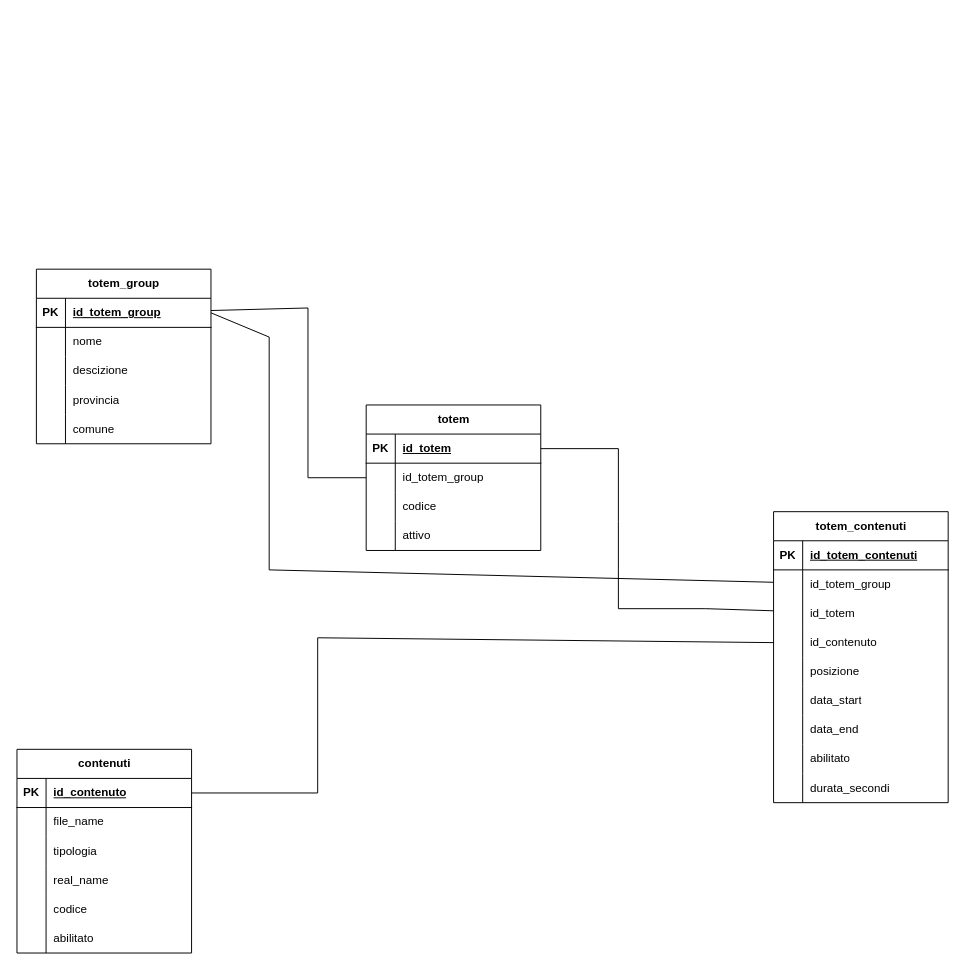
The draw.io diagram page "DataBase" (4 of 5) of Varie/infocitta/infocitta.drawio in ermaster27/documentazioni, before the edit. Source tidied: cells renumbered, new cells numbered last; positions are measured from the earlier drawing's top-left corner, leaving out a move shared by most shapes. Both pictures are drawn from the tidied source at 97%, with x=0, y=0 at pixel (16, 269).
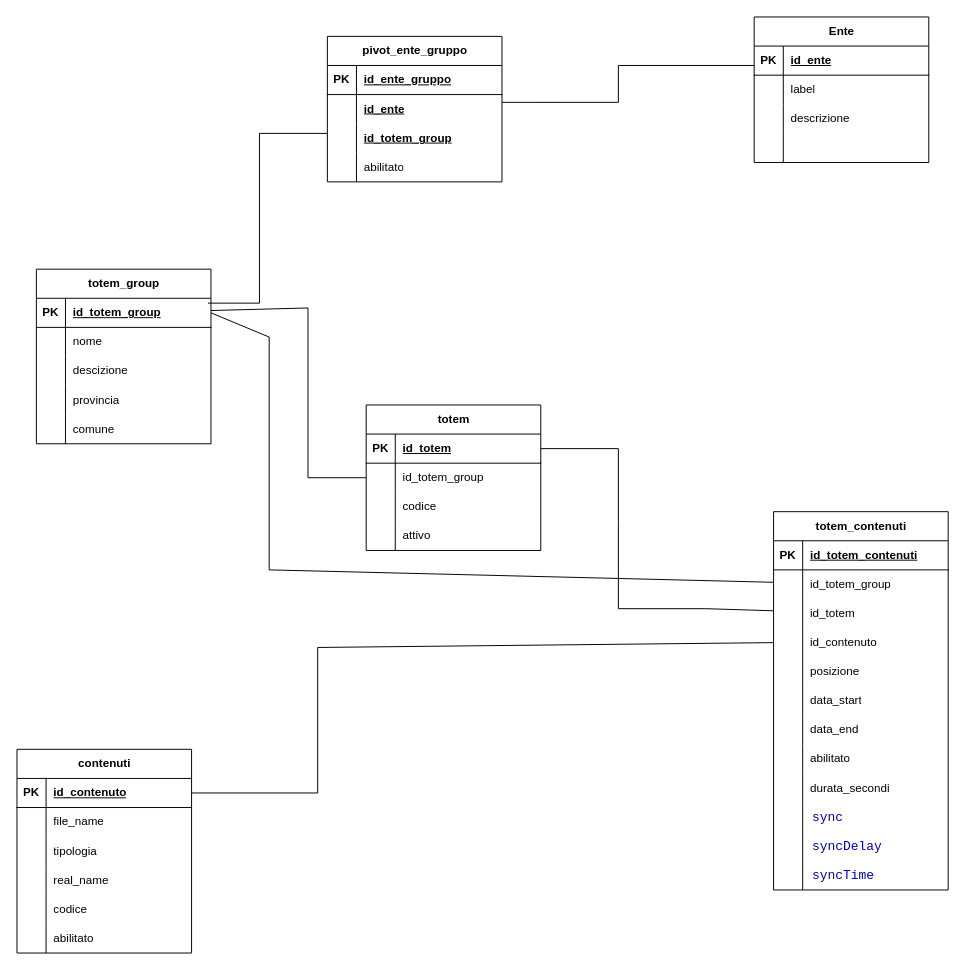
Above is the later version.

The change refers to these unchanged cells:
```xml
<mxCell id="3" style="shape=tableRow;horizontal=0;startSize=0;swimlaneHead=0;swimlaneBody=0;fillColor=none;points=[[0,0.5],[1,0.5]];portConstraint=eastwest;top=0;left=0;right=0;bottom=1;" parent="2" vertex="1">
  <mxGeometry y="30" width="180" height="30" as="geometry" />
</mxCell>
<mxCell id="33" style="shape=tableRow;horizontal=0;startSize=0;swimlaneHead=0;swimlaneBody=0;fillColor=none;points=[[0,0.5],[1,0.5]];portConstraint=eastwest;top=0;left=0;right=0;bottom=1;" parent="32" vertex="1">
  <mxGeometry y="30" width="180" height="30" as="geometry" />
</mxCell>
<mxCell id="61" style="shape=tableRow;horizontal=0;startSize=0;swimlaneHead=0;swimlaneBody=0;fillColor=none;points=[[0,0.5],[1,0.5]];portConstraint=eastwest;top=0;left=0;right=0;bottom=0;" parent="51" vertex="1">
  <mxGeometry y="120" width="180" height="30" as="geometry" />
</mxCell>
```

What changed in the source:
```diff
@@
     <mxCell id="51" value="totem_contenuti" style="shape=table;startSize=30;childLayout=tableLayout;rowLines=0;fontStyle=1;align=center;html=1;" parent="1" vertex="1">
-      <mxGeometry x="780" y="250" width="180" height="300" as="geometry" />
+      <mxGeometry x="780" y="250" width="180" height="390" as="geometry" />
     </mxCell>
@@
+    <mxCell id="82" style="shape=tableRow;horizontal=0;startSize=0;swimlaneHead=0;swimlaneBody=0;fillColor=none;top=0;left=0;right=0;bottom=0;" parent="51" vertex="1">
+      <mxGeometry y="300" width="180" height="30" as="geometry" />
+    </mxCell>
+    <mxCell id="83" style="shape=partialRectangle;fillColor=none;top=0;left=0;bottom=0;right=0;overflow=hidden;whiteSpace=wrap;html=1;" parent="82" vertex="1">
+      <mxGeometry width="30" height="30" as="geometry" />
+    </mxCell>
+    <mxCell id="84" value="&lt;span style=&quot;background-color:#ffffff;padding:0px 0px 0px 2px;&quot;&gt;&lt;span style=&quot;font-family: Consolas; font-size: 10pt; white-space: pre;&quot;&gt;&lt;span style=&quot;color:#0000c0;&quot;&gt;sync&lt;/span&gt;&lt;/span&gt;&lt;/span&gt;" style="shape=partialRectangle;fillColor=none;top=0;left=0;bottom=0;right=0;align=left;spacingLeft=6;overflow=hidden;whiteSpace=wrap;html=1;" parent="82" vertex="1">
+      <mxGeometry x="30" width="150" height="30" as="geometry" />
+    </mxCell>
+    <mxCell id="85" style="shape=tableRow;horizontal=0;startSize=0;swimlaneHead=0;swimlaneBody=0;fillColor=none;top=0;left=0;right=0;bottom=0;" parent="51" vertex="1">
+      <mxGeometry y="330" width="180" height="30" as="geometry" />
+    </mxCell>
+    <mxCell id="86" style="shape=partialRectangle;fillColor=none;top=0;left=0;bottom=0;right=0;overflow=hidden;whiteSpace=wrap;html=1;" parent="85" vertex="1">
+      <mxGeometry width="30" height="30" as="geometry" />
+    </mxCell>
+    <mxCell id="87" value="&lt;span style=&quot;background-color:#ffffff;padding:0px 0px 0px 2px;&quot;&gt;&lt;span style=&quot;font-family: Consolas; font-size: 10pt; white-space: pre;&quot;&gt;&lt;span style=&quot;color:#0000c0;&quot;&gt;syncDelay&lt;/span&gt;&lt;/span&gt;&lt;/span&gt;" style="shape=partialRectangle;fillColor=none;top=0;left=0;bottom=0;right=0;align=left;spacingLeft=6;overflow=hidden;whiteSpace=wrap;html=1;" parent="85" vertex="1">
+      <mxGeometry x="30" width="150" height="30" as="geometry" />
+    </mxCell>
+    <mxCell id="88" style="shape=tableRow;horizontal=0;startSize=0;swimlaneHead=0;swimlaneBody=0;fillColor=none;top=0;left=0;right=0;bottom=0;" parent="51" vertex="1">
+      <mxGeometry y="360" width="180" height="30" as="geometry" />
+    </mxCell>
+    <mxCell id="89" style="shape=partialRectangle;fillColor=none;top=0;left=0;bottom=0;right=0;overflow=hidden;whiteSpace=wrap;html=1;" parent="88" vertex="1">
+      <mxGeometry width="30" height="30" as="geometry" />
+    </mxCell>
+    <mxCell id="90" value="&lt;span style=&quot;background-color:#ffffff;padding:0px 0px 0px 2px;&quot;&gt;&lt;span style=&quot;font-family: Consolas; font-size: 10pt; white-space: pre;&quot;&gt;&lt;span style=&quot;color:#0000c0;&quot;&gt;syncTime&lt;/span&gt;&lt;/span&gt;&lt;/span&gt;" style="shape=partialRectangle;fillColor=none;top=0;left=0;bottom=0;right=0;align=left;spacingLeft=6;overflow=hidden;whiteSpace=wrap;html=1;" parent="88" vertex="1">
+      <mxGeometry x="30" width="150" height="30" as="geometry" />
+    </mxCell>
@@
     <mxCell id="80" style="endArrow=none;html=1;rounded=0;exitX=1;exitY=0.5;exitDx=0;exitDy=0;entryX=0;entryY=0.5;entryDx=0;entryDy=0;" parent="1" edge="1" source="33" target="61">
       <mxGeometry relative="1" as="geometry">
         <Array as="points">
           <mxPoint x="310" y="540" />
-          <mxPoint x="310" y="380" />
+          <mxPoint x="310" y="390" />
         </Array>
       </mxGeometry>
     </mxCell>
@@
+    <mxCell id="91" value="Ente" style="shape=table;startSize=30;childLayout=tableLayout;rowLines=0;fontStyle=1;align=center;html=1;" parent="1" vertex="1">
+      <mxGeometry x="760" y="-260" width="180" height="150" as="geometry" />
+    </mxCell>
+    <mxCell id="92" style="shape=tableRow;horizontal=0;startSize=0;swimlaneHead=0;swimlaneBody=0;fillColor=none;top=0;left=0;right=0;bottom=1;" parent="91" vertex="1">
+      <mxGeometry y="30" width="180" height="30" as="geometry" />
+    </mxCell>
+    <mxCell id="93" value="PK" style="shape=partialRectangle;fillColor=none;top=0;left=0;bottom=0;right=0;fontStyle=1;overflow=hidden;whiteSpace=wrap;html=1;" parent="92" vertex="1">
+      <mxGeometry width="30" height="30" as="geometry" />
+    </mxCell>
+    <mxCell id="94" value="id_ente" style="shape=partialRectangle;fillColor=none;top=0;left=0;bottom=0;right=0;align=left;spacingLeft=6;fontStyle=5;overflow=hidden;whiteSpace=wrap;html=1;" parent="92" vertex="1">
+      <mxGeometry x="30" width="150" height="30" as="geometry" />
+    </mxCell>
+    <mxCell id="95" style="shape=tableRow;horizontal=0;startSize=0;swimlaneHead=0;swimlaneBody=0;fillColor=none;top=0;left=0;right=0;bottom=0;" parent="91" vertex="1">
+      <mxGeometry y="60" width="180" height="30" as="geometry" />
+    </mxCell>
+    <mxCell id="96" style="shape=partialRectangle;fillColor=none;top=0;left=0;bottom=0;right=0;overflow=hidden;whiteSpace=wrap;html=1;" parent="95" vertex="1">
+      <mxGeometry width="30" height="30" as="geometry" />
+    </mxCell>
+    <mxCell id="97" value="label" style="shape=partialRectangle;fillColor=none;top=0;left=0;bottom=0;right=0;align=left;spacingLeft=6;overflow=hidden;whiteSpace=wrap;html=1;" parent="95" vertex="1">
+      <mxGeometry x="30" width="150" height="30" as="geometry" />
+    </mxCell>
+    <mxCell id="98" style="shape=tableRow;horizontal=0;startSize=0;swimlaneHead=0;swimlaneBody=0;fillColor=none;top=0;left=0;right=0;bottom=0;" parent="91" vertex="1">
+      <mxGeometry y="90" width="180" height="30" as="geometry" />
+    </mxCell>
+    <mxCell id="99" style="shape=partialRectangle;fillColor=none;top=0;left=0;bottom=0;right=0;overflow=hidden;whiteSpace=wrap;html=1;" parent="98" vertex="1">
+      <mxGeometry width="30" height="30" as="geometry" />
+    </mxCell>
+    <mxCell id="100" value="descrizione" style="shape=partialRectangle;fillColor=none;top=0;left=0;bottom=0;right=0;align=left;spacingLeft=6;overflow=hidden;whiteSpace=wrap;html=1;" parent="98" vertex="1">
+      <mxGeometry x="30" width="150" height="30" as="geometry" />
+    </mxCell>
+    <mxCell id="101" style="shape=tableRow;horizontal=0;startSize=0;swimlaneHead=0;swimlaneBody=0;fillColor=none;top=0;left=0;right=0;bottom=0;" parent="91" vertex="1">
+      <mxGeometry y="120" width="180" height="30" as="geometry" />
+    </mxCell>
+    <mxCell id="102" style="shape=partialRectangle;fillColor=none;top=0;left=0;bottom=0;right=0;overflow=hidden;whiteSpace=wrap;html=1;" parent="101" vertex="1">
+      <mxGeometry width="30" height="30" as="geometry" />
+    </mxCell>
+    <mxCell id="103" style="shape=partialRectangle;fillColor=none;top=0;left=0;bottom=0;right=0;align=left;spacingLeft=6;overflow=hidden;whiteSpace=wrap;html=1;" parent="101" vertex="1">
+      <mxGeometry x="30" width="150" height="30" as="geometry" />
+    </mxCell>
+    <mxCell id="104" value="pivot_ente_gruppo" style="shape=table;startSize=30;childLayout=tableLayout;rowLines=0;fontStyle=1;align=center;html=1;" parent="1" vertex="1">
+      <mxGeometry x="320" y="-240" width="180" height="150" as="geometry" />
+    </mxCell>
+    <mxCell id="105" style="shape=tableRow;horizontal=0;startSize=0;swimlaneHead=0;swimlaneBody=0;fillColor=none;top=0;left=0;right=0;bottom=1;" parent="104" vertex="1">
+      <mxGeometry y="30" width="180" height="30" as="geometry" />
+    </mxCell>
+    <mxCell id="106" value="PK" style="shape=partialRectangle;fillColor=none;top=0;left=0;bottom=0;right=0;fontStyle=1;overflow=hidden;whiteSpace=wrap;html=1;" parent="105" vertex="1">
+      <mxGeometry width="30" height="30" as="geometry" />
+    </mxCell>
+    <mxCell id="107" value="id_ente_gruppo" style="shape=partialRectangle;fillColor=none;top=0;left=0;bottom=0;right=0;align=left;spacingLeft=6;fontStyle=5;overflow=hidden;whiteSpace=wrap;html=1;" parent="105" vertex="1">
+      <mxGeometry x="30" width="150" height="30" as="geometry" />
+    </mxCell>
+    <mxCell id="108" style="shape=tableRow;horizontal=0;startSize=0;swimlaneHead=0;swimlaneBody=0;fillColor=none;points=[[0,0.5],[1,0.5]];portConstraint=eastwest;top=0;left=0;right=0;bottom=0;" parent="104" vertex="1">
+      <mxGeometry y="60" width="180" height="30" as="geometry" />
+    </mxCell>
+    <mxCell id="109" style="shape=partialRectangle;fillColor=none;top=0;left=0;bottom=0;right=0;overflow=hidden;whiteSpace=wrap;html=1;" parent="108" vertex="1">
+      <mxGeometry width="30" height="30" as="geometry" />
+    </mxCell>
+    <mxCell id="110" value="&lt;span style=&quot;font-weight: 700; text-decoration-line: underline;&quot;&gt;id_ente&lt;/span&gt;" style="shape=partialRectangle;fillColor=none;top=0;left=0;bottom=0;right=0;align=left;spacingLeft=6;overflow=hidden;whiteSpace=wrap;html=1;" parent="108" vertex="1">
+      <mxGeometry x="30" width="150" height="30" as="geometry" />
+    </mxCell>
+    <mxCell id="111" style="shape=tableRow;horizontal=0;startSize=0;swimlaneHead=0;swimlaneBody=0;fillColor=none;top=0;left=0;right=0;bottom=0;" parent="104" vertex="1">
+      <mxGeometry y="90" width="180" height="30" as="geometry" />
+    </mxCell>
+    <mxCell id="112" style="shape=partialRectangle;fillColor=none;top=0;left=0;bottom=0;right=0;overflow=hidden;whiteSpace=wrap;html=1;" parent="111" vertex="1">
+      <mxGeometry width="30" height="30" as="geometry" />
+    </mxCell>
+    <mxCell id="113" value="&lt;span style=&quot;font-weight: 700; text-decoration-line: underline;&quot;&gt;id_totem_group&lt;/span&gt;" style="shape=partialRectangle;fillColor=none;top=0;left=0;bottom=0;right=0;align=left;spacingLeft=6;overflow=hidden;whiteSpace=wrap;html=1;" parent="111" vertex="1">
+      <mxGeometry x="30" width="150" height="30" as="geometry" />
+    </mxCell>
+    <mxCell id="114" style="shape=tableRow;horizontal=0;startSize=0;swimlaneHead=0;swimlaneBody=0;fillColor=none;top=0;left=0;right=0;bottom=0;" parent="104" vertex="1">
+      <mxGeometry y="120" width="180" height="30" as="geometry" />
+    </mxCell>
+    <mxCell id="115" style="shape=partialRectangle;fillColor=none;top=0;left=0;bottom=0;right=0;overflow=hidden;whiteSpace=wrap;html=1;" parent="114" vertex="1">
+      <mxGeometry width="30" height="30" as="geometry" />
+    </mxCell>
+    <mxCell id="116" value="abilitato" style="shape=partialRectangle;fillColor=none;top=0;left=0;bottom=0;right=0;align=left;spacingLeft=6;overflow=hidden;whiteSpace=wrap;html=1;" parent="114" vertex="1">
+      <mxGeometry x="30" width="150" height="30" as="geometry" />
+    </mxCell>
+    <mxCell id="117" style="endArrow=none;html=1;rounded=0;exitX=1;exitY=0.267;exitDx=0;exitDy=0;exitPerimeter=0;" parent="1" edge="1" source="108">
+      <mxGeometry relative="1" as="geometry">
+        <mxPoint x="760" y="-210" as="targetPoint" />
+        <Array as="points">
+          <mxPoint x="620" y="-172" />
+          <mxPoint x="620" y="-210" />
+        </Array>
+      </mxGeometry>
+    </mxCell>
+    <mxCell id="118" style="endArrow=none;html=1;rounded=0;exitX=0.983;exitY=0.167;exitDx=0;exitDy=0;exitPerimeter=0;" parent="1" edge="1" source="3">
+      <mxGeometry relative="1" as="geometry">
+        <mxPoint x="320" y="-140" as="targetPoint" />
+        <Array as="points">
+          <mxPoint x="250" y="35" />
+          <mxPoint x="250" y="-140" />
+        </Array>
+      </mxGeometry>
+    </mxCell>
```
